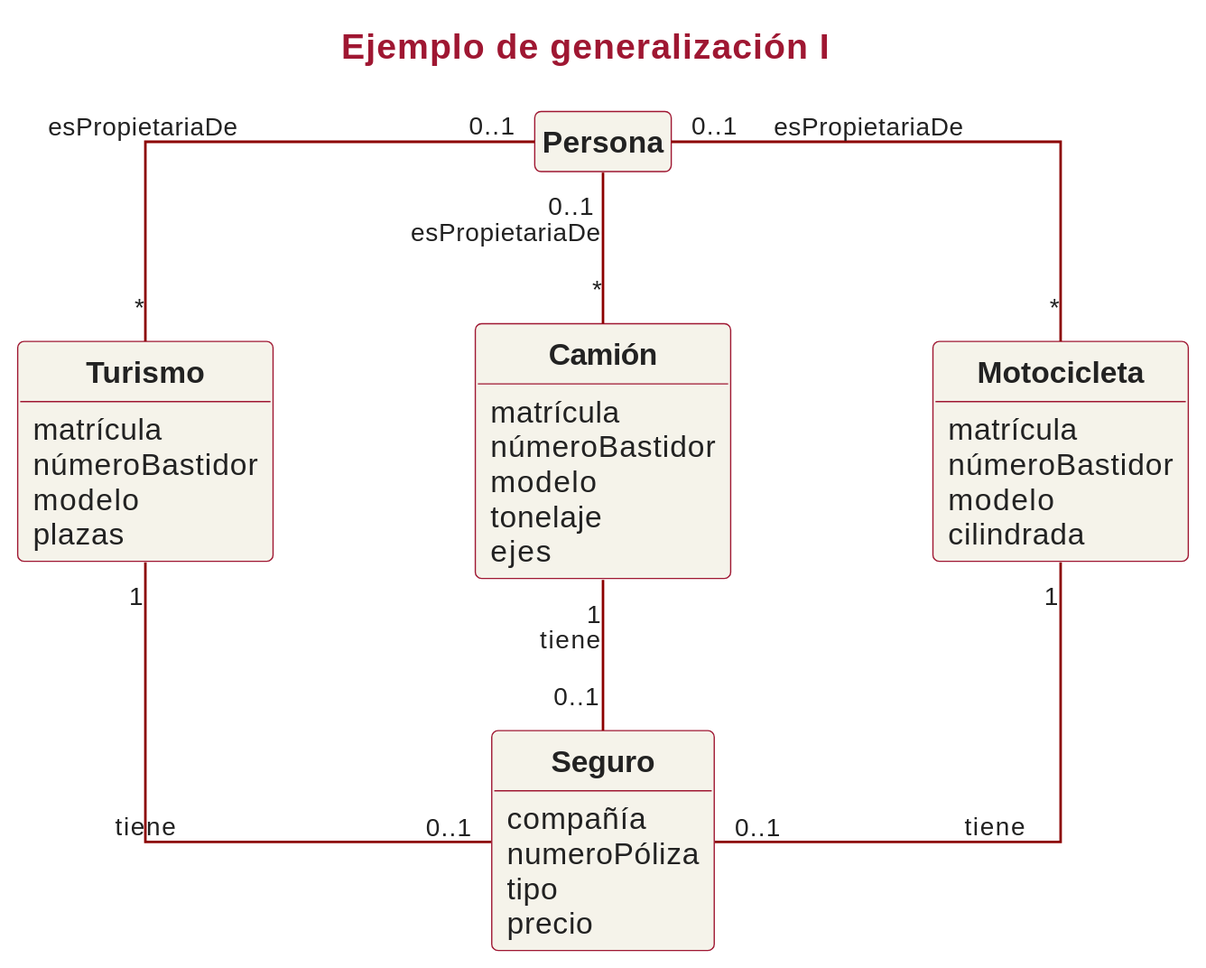
IISSI-US/web keeps this PlantUML diagram as assets/slides/iissi1/t6-introduccion-al-modelado-conceptual/puml/dc-ejemplo-generalizacion-I.svg. Above is the earlier version.
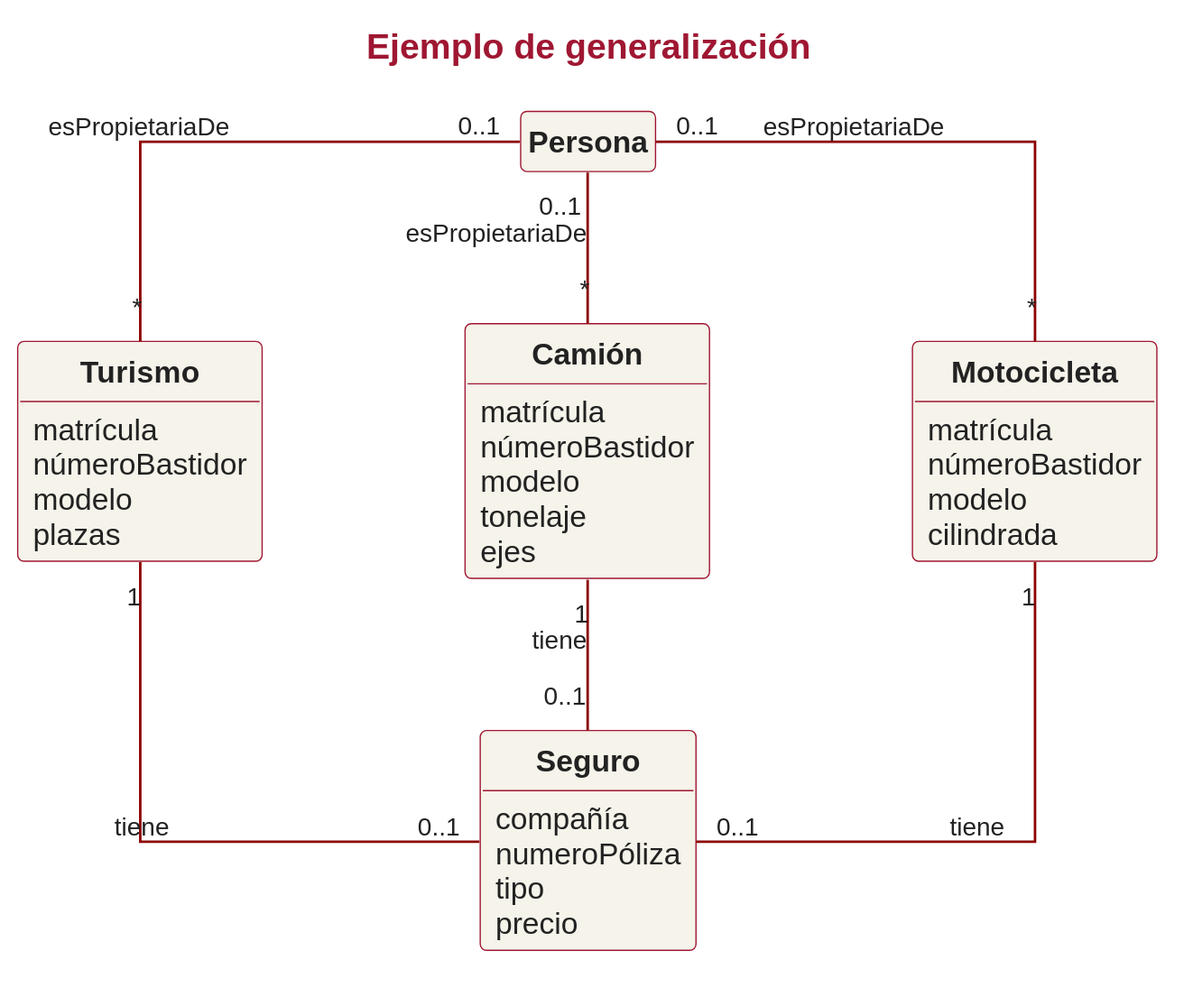
After the commit.

Change to the diagram source:
```diff
@@ -1,11 +1,31 @@
 @startuml
-title Ejemplo de generalización I
+title Ejemplo de generalización
 !include ../../puml/teoria.iuml
-!include Turismo.iuml
-!include Camion.iuml
-!include Motocicleta.iuml
-!include Seguro.iuml
-
+Class Turismo{
+matrícula
+númeroBastidor
+modelo
+plazas
+}
+Class Camión{
+matrícula
+númeroBastidor
+modelo
+tonelaje
+ejes
+}
+Class Motocicleta{
+matrícula
+númeroBastidor
+modelo
+cilindrada
+}
+Class Seguro{
+compañía
+numeroPóliza
+tipo
+precio
+}
 Persona "0..1" -- "*" Turismo : esPropietariaDe
 Persona "0..1" -- "*" Motocicleta :esPropietariaDe
 Persona "0..1" -- "*" Camión :esPropietariaDe
```
